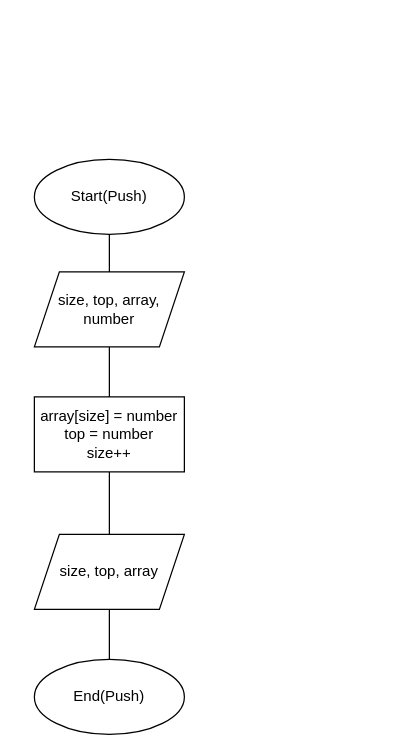
Earlier version of the draw.io diagram page "Stack.Push" (3 of 6) of lab6/diagram.drawio (MrTimeGo/ads-petselia-kp01). Source tidied: cells renumbered, new cells numbered last; positions are measured from the earlier drawing's top-left corner, leaving out a move shared by most shapes. Both pictures are drawn from the tidied source at 125%, with x=0, y=0 at pixel (34, 159).
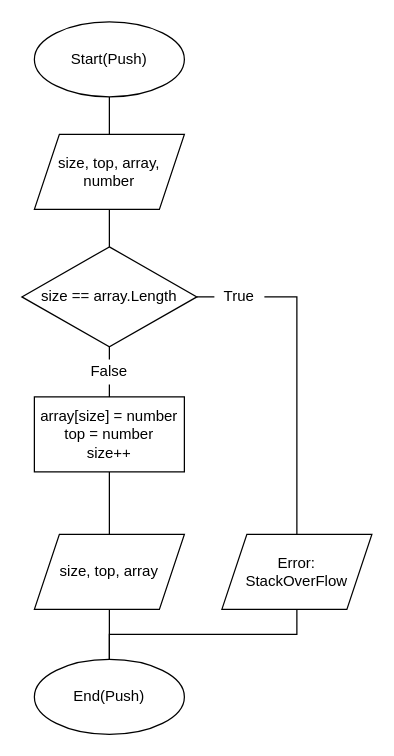
Above is the later version.

The change refers to these unchanged cells:
```xml
<mxCell id="7" value="array[size] = number&lt;br&gt;top = number&lt;br&gt;size++" style="rounded=0;whiteSpace=wrap;html=1;" parent="1" vertex="1">
  <mxGeometry y="190" width="120" height="60" as="geometry" />
</mxCell>
<mxCell id="10" value="End(Push)" style="ellipse;whiteSpace=wrap;html=1;" parent="1" vertex="1">
  <mxGeometry y="400" width="120" height="60" as="geometry" />
</mxCell>
```

Change to the diagram source:
```diff
@@
     <mxCell id="3" value="Start(Push)" style="ellipse;whiteSpace=wrap;html=1;" parent="1" vertex="1">
-      <mxGeometry width="120" height="60" as="geometry" />
+      <mxGeometry y="-110" width="120" height="60" as="geometry" />
     </mxCell>
-    <mxCell id="4" style="edgeStyle=orthogonalEdgeStyle;rounded=0;jettySize=auto;html=1;exitX=0.5;exitY=1;exitDx=0;exitDy=0;entryX=0.5;entryY=0;entryDx=0;entryDy=0;endArrow=none;endFill=0;" parent="1" edge="1" source="5" target="7">
-      <mxGeometry relative="1" as="geometry" />
-    </mxCell>
+    <mxCell id="11" style="edgeStyle=orthogonalEdgeStyle;rounded=0;jettySize=auto;html=1;exitX=0.5;exitY=1;exitDx=0;exitDy=0;entryX=0.5;entryY=0;entryDx=0;entryDy=0;endArrow=none;endFill=0;" parent="1" edge="1" source="5" target="14">
+      <mxGeometry relative="1" as="geometry" />
+    </mxCell>
     <mxCell id="5" value="size, top, array, &lt;br&gt;number" style="shape=parallelogram;perimeter=parallelogramPerimeter;whiteSpace=wrap;html=1;fixedSize=1;" parent="1" vertex="1">
-      <mxGeometry y="90" width="120" height="60" as="geometry" />
+      <mxGeometry y="-20" width="120" height="60" as="geometry" />
     </mxCell>
@@
+    <mxCell id="12" style="edgeStyle=orthogonalEdgeStyle;rounded=0;jettySize=auto;html=1;exitX=0.5;exitY=1;exitDx=0;exitDy=0;entryX=0.5;entryY=0;entryDx=0;entryDy=0;endArrow=none;endFill=0;" parent="1" edge="1" source="14">
+      <mxGeometry relative="1" as="geometry">
+        <mxPoint x="60" y="160" as="targetPoint" />
+      </mxGeometry>
+    </mxCell>
+    <mxCell id="13" style="edgeStyle=orthogonalEdgeStyle;rounded=0;jettySize=auto;html=1;exitX=1;exitY=0.5;exitDx=0;exitDy=0;entryX=0;entryY=0.5;entryDx=0;entryDy=0;endArrow=none;endFill=0;" parent="1" edge="1" source="14">
+      <mxGeometry relative="1" as="geometry">
+        <mxPoint x="144" y="110" as="targetPoint" />
+      </mxGeometry>
+    </mxCell>
+    <mxCell id="14" value="size == array.Length" style="rhombus;whiteSpace=wrap;html=1;" parent="1" vertex="1">
+      <mxGeometry x="-10" y="70" width="140" height="80" as="geometry" />
+    </mxCell>
+    <mxCell id="15" style="edgeStyle=orthogonalEdgeStyle;rounded=0;jettySize=auto;html=1;exitX=0.5;exitY=1;exitDx=0;exitDy=0;entryX=0.5;entryY=0;entryDx=0;entryDy=0;endArrow=none;endFill=0;" parent="1" edge="1" target="7">
+      <mxGeometry relative="1" as="geometry">
+        <mxPoint x="60" y="180" as="sourcePoint" />
+      </mxGeometry>
+    </mxCell>
+    <mxCell id="16" style="edgeStyle=orthogonalEdgeStyle;rounded=0;jettySize=auto;html=1;exitX=1;exitY=0.5;exitDx=0;exitDy=0;entryX=0.5;entryY=0;entryDx=0;entryDy=0;endArrow=none;endFill=0;" parent="1" edge="1" target="18">
+      <mxGeometry relative="1" as="geometry">
+        <mxPoint x="184" y="110" as="sourcePoint" />
+        <Array as="points">
+          <mxPoint x="210" y="110" />
+        </Array>
+      </mxGeometry>
+    </mxCell>
+    <mxCell id="17" style="edgeStyle=orthogonalEdgeStyle;rounded=0;jettySize=auto;html=1;exitX=0.5;exitY=1;exitDx=0;exitDy=0;entryX=0.5;entryY=0;entryDx=0;entryDy=0;endArrow=none;endFill=0;" parent="1" edge="1" source="18" target="10">
+      <mxGeometry relative="1" as="geometry" />
+    </mxCell>
+    <mxCell id="18" value="Error:&lt;br&gt;StackOverFlow" style="shape=parallelogram;perimeter=parallelogramPerimeter;whiteSpace=wrap;html=1;fixedSize=1;" parent="1" vertex="1">
+      <mxGeometry x="150" y="300" width="120" height="60" as="geometry" />
+    </mxCell>
+    <mxCell id="19" value="False" style="text;html=1;strokeColor=none;fillColor=none;align=center;verticalAlign=middle;whiteSpace=wrap;rounded=0;" parent="1" vertex="1">
+      <mxGeometry x="40" y="160" width="40" height="20" as="geometry" />
+    </mxCell>
+    <mxCell id="20" value="True" style="text;html=1;strokeColor=none;fillColor=none;align=center;verticalAlign=middle;whiteSpace=wrap;rounded=0;" parent="1" vertex="1">
+      <mxGeometry x="144" y="100" width="40" height="20" as="geometry" />
+    </mxCell>
```
